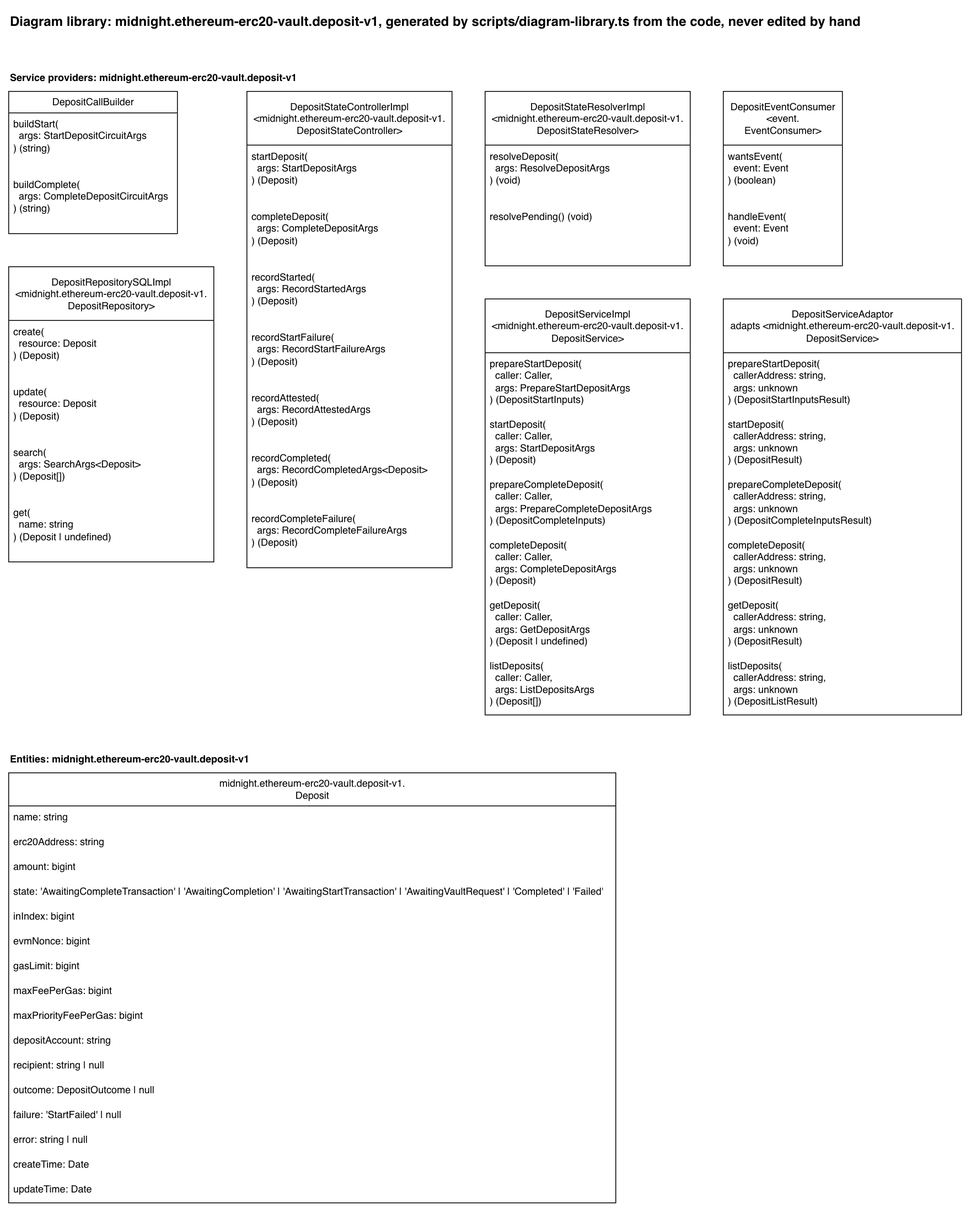
This is docs/diagram-library/midnight/ethereum-erc20-vault/deposit-v1/diagram-library.drawio.png from sig-net/full-stack-demo, a draw.io export, as it was before one commit. Source tidied: cells renumbered, new cells last; positions are measured from the earlier drawing's top-left corner, leaving out a move shared by most shapes.
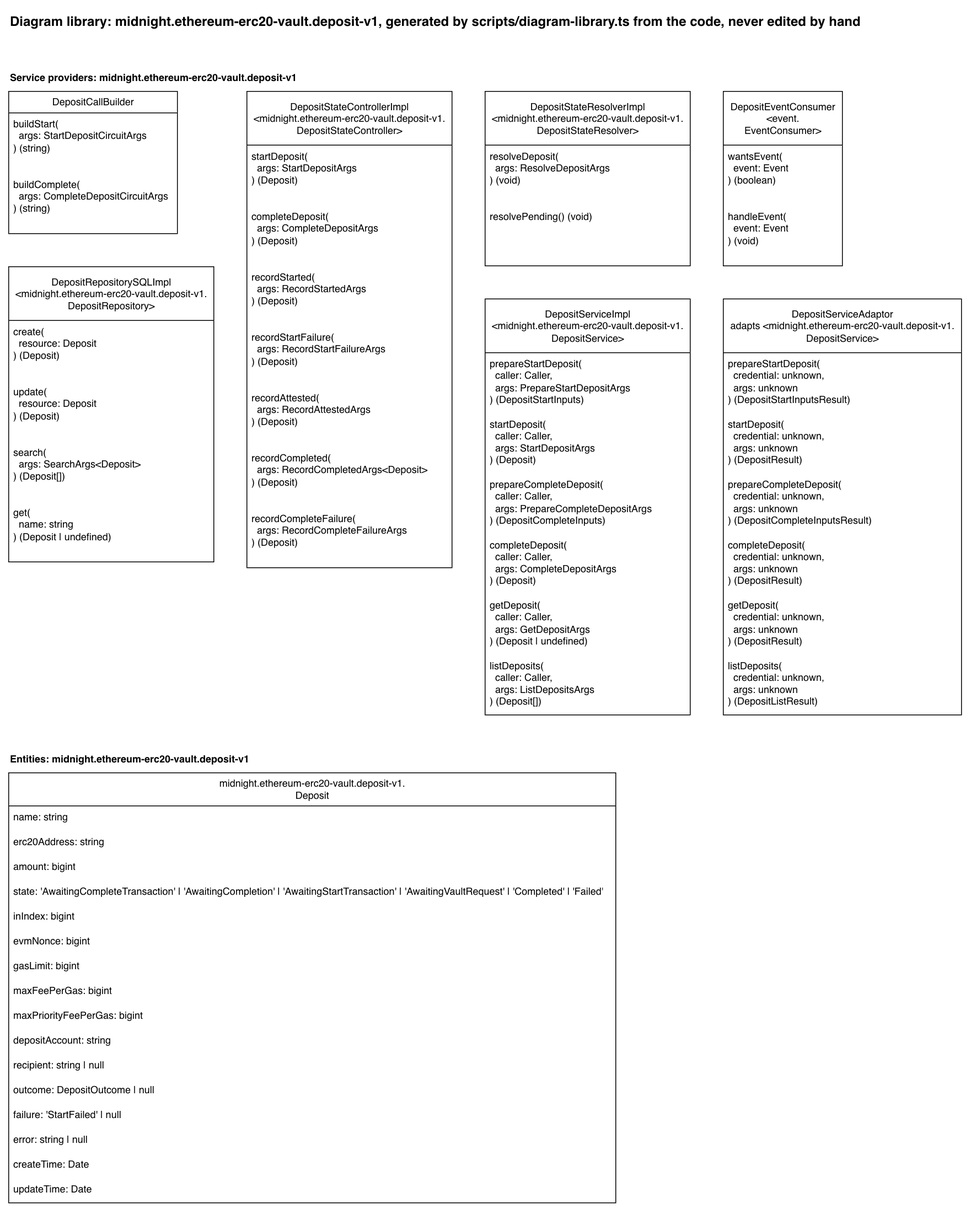
The same diagram one commit later.

What changed in the source:
```diff
@@ -98,22 +98,22 @@
     <mxCell id="33" value="DepositServiceAdaptor&lt;br&gt;adapts &amp;lt;midnight.ethereum-erc20-vault.deposit-v1.&lt;br&gt;DepositService&amp;gt;" style="swimlane;fontStyle=0;horizontal=1;startSize=65;fillColor=default;html=1;fillStyle=solid;" parent="1" vertex="1">
       <mxGeometry x="864" y="351" width="288" height="503" as="geometry" />
     </mxCell>
-    <mxCell id="34" value="prepareStartDeposit(&lt;br&gt;&amp;nbsp; callerAddress: string,&lt;br&gt;&amp;nbsp; args: unknown&lt;br&gt;) (DepositStartInputsResult)" style="text;strokeColor=none;fillColor=none;align=left;verticalAlign=top;spacingLeft=4;spacingRight=4;overflow=hidden;whiteSpace=wrap;html=1;" parent="33" vertex="1">
+    <mxCell id="34" value="prepareStartDeposit(&lt;br&gt;&amp;nbsp; credential: unknown,&lt;br&gt;&amp;nbsp; args: unknown&lt;br&gt;) (DepositStartInputsResult)" style="text;strokeColor=none;fillColor=none;align=left;verticalAlign=top;spacingLeft=4;spacingRight=4;overflow=hidden;whiteSpace=wrap;html=1;" parent="33" vertex="1">
       <mxGeometry y="65" width="288" height="73" as="geometry" />
     </mxCell>
-    <mxCell id="35" value="startDeposit(&lt;br&gt;&amp;nbsp; callerAddress: string,&lt;br&gt;&amp;nbsp; args: unknown&lt;br&gt;) (DepositResult)" style="text;strokeColor=none;fillColor=none;align=left;verticalAlign=top;spacingLeft=4;spacingRight=4;overflow=hidden;whiteSpace=wrap;html=1;" parent="33" vertex="1">
+    <mxCell id="35" value="startDeposit(&lt;br&gt;&amp;nbsp; credential: unknown,&lt;br&gt;&amp;nbsp; args: unknown&lt;br&gt;) (DepositResult)" style="text;strokeColor=none;fillColor=none;align=left;verticalAlign=top;spacingLeft=4;spacingRight=4;overflow=hidden;whiteSpace=wrap;html=1;" parent="33" vertex="1">
       <mxGeometry y="138" width="288" height="73" as="geometry" />
     </mxCell>
-    <mxCell id="36" value="prepareCompleteDeposit(&lt;br&gt;&amp;nbsp; callerAddress: string,&lt;br&gt;&amp;nbsp; args: unknown&lt;br&gt;) (DepositCompleteInputsResult)" style="text;strokeColor=none;fillColor=none;align=left;verticalAlign=top;spacingLeft=4;spacingRight=4;overflow=hidden;whiteSpace=wrap;html=1;" parent="33" vertex="1">
+    <mxCell id="36" value="prepareCompleteDeposit(&lt;br&gt;&amp;nbsp; credential: unknown,&lt;br&gt;&amp;nbsp; args: unknown&lt;br&gt;) (DepositCompleteInputsResult)" style="text;strokeColor=none;fillColor=none;align=left;verticalAlign=top;spacingLeft=4;spacingRight=4;overflow=hidden;whiteSpace=wrap;html=1;" parent="33" vertex="1">
       <mxGeometry y="211" width="288" height="73" as="geometry" />
     </mxCell>
-    <mxCell id="37" value="completeDeposit(&lt;br&gt;&amp;nbsp; callerAddress: string,&lt;br&gt;&amp;nbsp; args: unknown&lt;br&gt;) (DepositResult)" style="text;strokeColor=none;fillColor=none;align=left;verticalAlign=top;spacingLeft=4;spacingRight=4;overflow=hidden;whiteSpace=wrap;html=1;" parent="33" vertex="1">
+    <mxCell id="37" value="completeDeposit(&lt;br&gt;&amp;nbsp; credential: unknown,&lt;br&gt;&amp;nbsp; args: unknown&lt;br&gt;) (DepositResult)" style="text;strokeColor=none;fillColor=none;align=left;verticalAlign=top;spacingLeft=4;spacingRight=4;overflow=hidden;whiteSpace=wrap;html=1;" parent="33" vertex="1">
       <mxGeometry y="284" width="288" height="73" as="geometry" />
     </mxCell>
-    <mxCell id="38" value="getDeposit(&lt;br&gt;&amp;nbsp; callerAddress: string,&lt;br&gt;&amp;nbsp; args: unknown&lt;br&gt;) (DepositResult)" style="text;strokeColor=none;fillColor=none;align=left;verticalAlign=top;spacingLeft=4;spacingRight=4;overflow=hidden;whiteSpace=wrap;html=1;" parent="33" vertex="1">
+    <mxCell id="38" value="getDeposit(&lt;br&gt;&amp;nbsp; credential: unknown,&lt;br&gt;&amp;nbsp; args: unknown&lt;br&gt;) (DepositResult)" style="text;strokeColor=none;fillColor=none;align=left;verticalAlign=top;spacingLeft=4;spacingRight=4;overflow=hidden;whiteSpace=wrap;html=1;" parent="33" vertex="1">
       <mxGeometry y="357" width="288" height="73" as="geometry" />
     </mxCell>
-    <mxCell id="39" value="listDeposits(&lt;br&gt;&amp;nbsp; callerAddress: string,&lt;br&gt;&amp;nbsp; args: unknown&lt;br&gt;) (DepositListResult)" style="text;strokeColor=none;fillColor=none;align=left;verticalAlign=top;spacingLeft=4;spacingRight=4;overflow=hidden;whiteSpace=wrap;html=1;" parent="33" vertex="1">
+    <mxCell id="39" value="listDeposits(&lt;br&gt;&amp;nbsp; credential: unknown,&lt;br&gt;&amp;nbsp; args: unknown&lt;br&gt;) (DepositListResult)" style="text;strokeColor=none;fillColor=none;align=left;verticalAlign=top;spacingLeft=4;spacingRight=4;overflow=hidden;whiteSpace=wrap;html=1;" parent="33" vertex="1">
       <mxGeometry y="430" width="288" height="73" as="geometry" />
     </mxCell>
     <mxCell id="40" value="Entities: midnight.ethereum-erc20-vault.deposit-v1" style="text;html=1;fontStyle=1;" parent="1" vertex="1">
```
